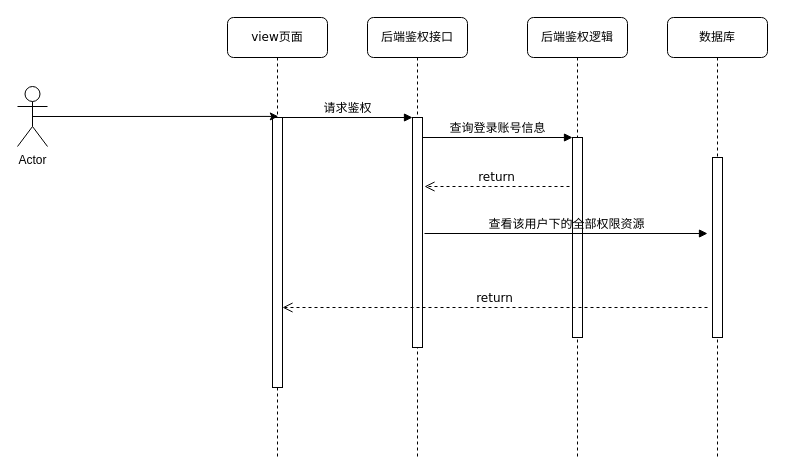
The draw.io diagram 登录授权时序图.drawio in FelixTt/repositoryForDraw.io, before the edit. Source tidied: cells renumbered, new cells numbered last; positions are measured from the earlier drawing's top-left corner, leaving out a move shared by most shapes. Both pictures are drawn from the tidied source at 100%, with x=0, y=0 at pixel (17, 17).
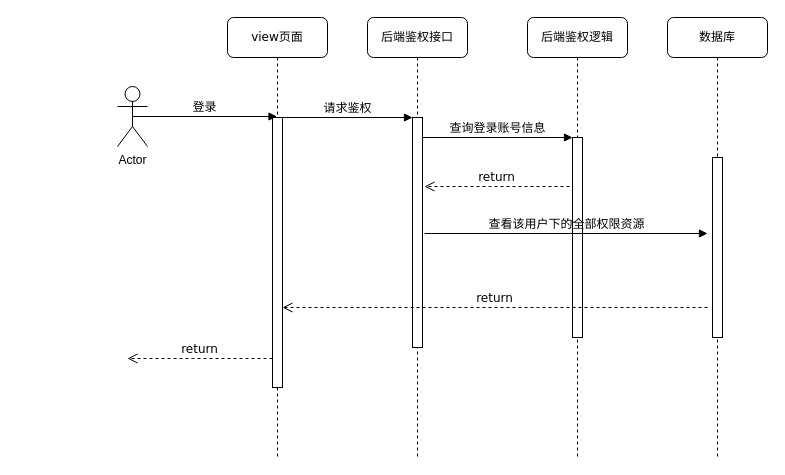
Above is the later version.

Commit message (it also covers changes not shown here):
更新登录授权时序图.drawio

The change refers to these unchanged cells:
```xml
<mxCell id="7" value="view页面" style="shape=umlLifeline;perimeter=lifelinePerimeter;whiteSpace=wrap;html=1;outlineConnect=0;rounded=1;shadow=0;comic=0;labelBackgroundColor=none;strokeWidth=1;fontFamily=Verdana;fontSize=12;align=center;" parent="1" vertex="1">
  <mxGeometry x="210" width="100" height="440" as="geometry" />
</mxCell>
<mxCell id="8" style="html=1;points=[];perimeter=orthogonalPerimeter;rounded=0;shadow=0;comic=0;labelBackgroundColor=none;strokeWidth=1;fontFamily=Verdana;fontSize=12;align=center;" parent="7" vertex="1">
  <mxGeometry x="45" y="100" width="10" height="270" as="geometry" />
</mxCell>
```

Change to the diagram source:
```diff
@@
     <mxCell id="15" value="Actor" style="shape=umlActor;verticalLabelPosition=bottom;verticalAlign=top;html=1;" parent="1" vertex="1">
-      <mxGeometry y="69" width="30" height="60" as="geometry" />
+      <mxGeometry x="100" y="69" width="30" height="60" as="geometry" />
     </mxCell>
-    <mxCell id="16" style="endArrow=classic;html=1;rounded=0;exitX=0.5;exitY=0.5;exitDx=0;exitDy=0;exitPerimeter=0;entryX=0.58;entryY=-0.004;entryDx=0;entryDy=0;entryPerimeter=0;" parent="1" edge="1" source="15" target="8">
-      <mxGeometry relative="1" as="geometry" />
-    </mxCell>
+    <mxCell id="17" value="登录" style="html=1;verticalAlign=bottom;endArrow=block;labelBackgroundColor=none;fontFamily=Verdana;fontSize=12;edgeStyle=elbowEdgeStyle;elbow=vertical;exitX=0.5;exitY=0.5;exitDx=0;exitDy=0;exitPerimeter=0;" parent="1" edge="1" source="15" target="7">
+      <mxGeometry relative="1" as="geometry" />
+    </mxCell>
+    <mxCell id="18" value="return" style="html=1;verticalAlign=bottom;endArrow=open;dashed=1;endSize=8;labelBackgroundColor=none;fontFamily=Verdana;fontSize=12;edgeStyle=elbowEdgeStyle;elbow=vertical;" parent="1" edge="1">
+      <mxGeometry relative="1" as="geometry">
+        <mxPoint x="255" y="341" as="sourcePoint" />
+        <mxPoint x="110" y="341" as="targetPoint" />
+        <Array as="points">
+          <mxPoint x="185" y="341" />
+          <mxPoint x="215" y="341" />
+        </Array>
+      </mxGeometry>
+    </mxCell>
```
